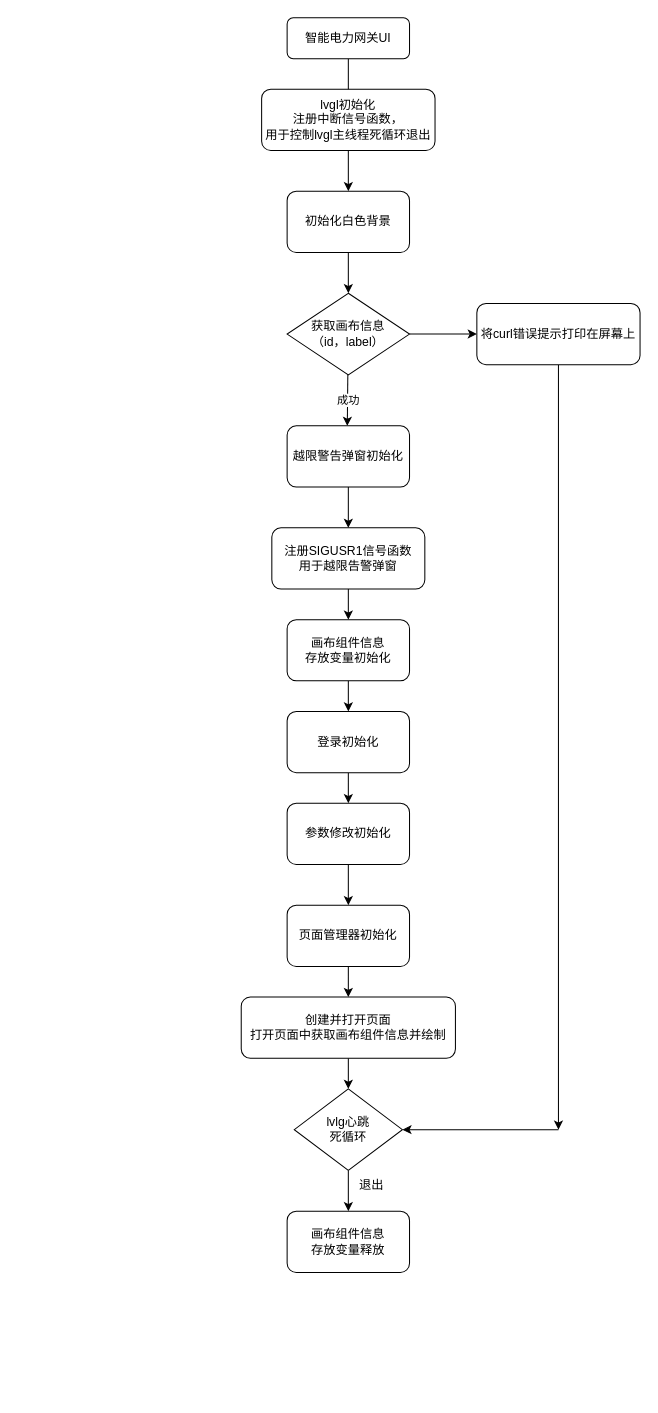
Earlier version of the draw.io diagram 智能电力网关/整体框架.drawio (chen-9824/FlowChart). Source tidied: cells renumbered, new cells numbered last; positions are measured from the earlier drawing's top-left corner, leaving out a move shared by most shapes. Both pictures are drawn from the tidied source at 102%, with x=0, y=0 at pixel (241, 17).
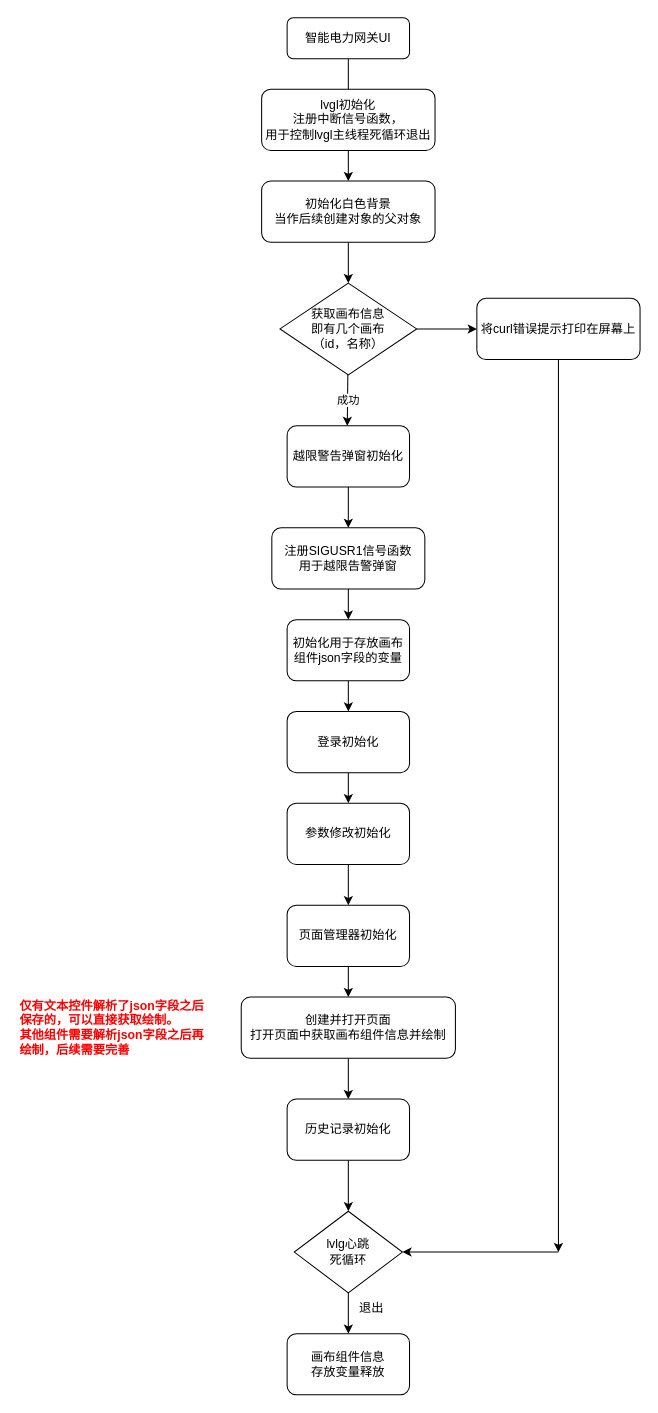
After the change.

Commit message:
更新整体框架.drawio

The change refers to these unchanged cells:
```xml
<mxCell id="25" value="创建并打开页面&lt;br&gt;打开页面中获取画布组件信息并绘制" style="rounded=1;whiteSpace=wrap;html=1;" parent="1" vertex="1">
  <mxGeometry y="960" width="210" height="60" as="geometry" />
</mxCell>
```

Change to the diagram source:
```diff
@@
-    <mxCell id="7" value="初始化白色背景" style="rounded=1;whiteSpace=wrap;html=1;" parent="1" vertex="1">
-      <mxGeometry x="45" y="170" width="120" height="60" as="geometry" />
+    <mxCell id="7" value="初始化白色背景&lt;br&gt;当作后续创建对象的父对象" style="rounded=1;whiteSpace=wrap;html=1;" parent="1" vertex="1">
+      <mxGeometry x="20" y="160" width="170" height="60" as="geometry" />
     </mxCell>
@@
-    <mxCell id="9" value="获取画布信息&lt;br style=&quot;border-color: var(--border-color);&quot;&gt;（id，label）" style="rhombus;whiteSpace=wrap;html=1;" parent="1" vertex="1">
-      <mxGeometry x="45" y="270" width="120" height="80" as="geometry" />
+    <mxCell id="9" value="获取画布信息&lt;br&gt;即有几个画布&lt;br style=&quot;border-color: var(--border-color);&quot;&gt;（id，名称）" style="rhombus;whiteSpace=wrap;html=1;" parent="1" vertex="1">
+      <mxGeometry x="38" y="260" width="134" height="90" as="geometry" />
     </mxCell>
@@
-    <mxCell id="15" value="画布组件信息&lt;br&gt;存放变量初始化" style="rounded=1;whiteSpace=wrap;html=1;" parent="1" vertex="1">
+    <mxCell id="15" value="初始化用于存放画布组件json字段的变量" style="rounded=1;whiteSpace=wrap;html=1;" parent="1" vertex="1">
       <mxGeometry x="45" y="590" width="120" height="60" as="geometry" />
     </mxCell>
@@
-    <mxCell id="24" style="edgeStyle=orthogonalEdgeStyle;rounded=0;jettySize=auto;html=1;" parent="1" edge="1" source="25" target="27">
-      <mxGeometry relative="1" as="geometry" />
-    </mxCell>
+    <mxCell id="33" style="edgeStyle=orthogonalEdgeStyle;rounded=0;jettySize=auto;html=1;" parent="1" edge="1" source="25" target="35">
+      <mxGeometry relative="1" as="geometry" />
+    </mxCell>
@@
     <mxCell id="27" value="lvlg心跳&lt;br&gt;死循环" style="rhombus;whiteSpace=wrap;html=1;" parent="1" vertex="1">
-      <mxGeometry x="52" y="1050" width="106" height="80" as="geometry" />
+      <mxGeometry x="52" y="1170" width="106" height="80" as="geometry" />
     </mxCell>
     <mxCell id="28" value="画布组件信息&lt;br style=&quot;border-color: var(--border-color);&quot;&gt;存放变量释放" style="rounded=1;whiteSpace=wrap;html=1;" parent="1" vertex="1">
-      <mxGeometry x="45" y="1170" width="120" height="60" as="geometry" />
+      <mxGeometry x="45" y="1290" width="120" height="60" as="geometry" />
     </mxCell>
     <mxCell id="29" value="退出" style="text;html=1;strokeColor=none;fillColor=none;align=center;verticalAlign=middle;whiteSpace=wrap;rounded=0;" parent="1" vertex="1">
-      <mxGeometry x="98" y="1130" width="60" height="30" as="geometry" />
+      <mxGeometry x="98" y="1250" width="60" height="30" as="geometry" />
     </mxCell>
     <mxCell id="30" style="edgeStyle=orthogonalEdgeStyle;rounded=0;jettySize=auto;html=1;" parent="1" edge="1" source="31">
       <mxGeometry relative="1" as="geometry">
-        <mxPoint x="311" y="1090" as="targetPoint" />
+        <mxPoint x="311" y="1210" as="targetPoint" />
       </mxGeometry>
     </mxCell>
     <mxCell id="31" value="将curl错误提示打印在屏幕上" style="rounded=1;whiteSpace=wrap;html=1;" parent="1" vertex="1">
-      <mxGeometry x="231" y="280" width="160" height="60" as="geometry" />
+      <mxGeometry x="231" y="275" width="160" height="60" as="geometry" />
     </mxCell>
     <mxCell id="32" style="endArrow=classic;html=1;rounded=0;" parent="1" edge="1">
       <mxGeometry relative="1" as="geometry">
-        <mxPoint x="311" y="1090" as="sourcePoint" />
-        <mxPoint x="158" y="1090" as="targetPoint" />
+        <mxPoint x="311" y="1210" as="sourcePoint" />
+        <mxPoint x="158" y="1210" as="targetPoint" />
       </mxGeometry>
     </mxCell>
+    <mxCell id="34" style="edgeStyle=orthogonalEdgeStyle;rounded=0;jettySize=auto;html=1;" parent="1" edge="1" source="35" target="27">
+      <mxGeometry relative="1" as="geometry" />
+    </mxCell>
+    <mxCell id="35" value="历史记录初始化" style="rounded=1;whiteSpace=wrap;html=1;" parent="1" vertex="1">
+      <mxGeometry x="45" y="1060" width="120" height="60" as="geometry" />
+    </mxCell>
+    <mxCell id="36" value="&lt;b&gt;&lt;font color=&quot;#ff0000&quot;&gt;仅有文本控件解析了json字段之后保存的，可以直接获取绘制。&lt;br&gt;其他组件需要解析json字段之后再绘制，后续需要完善&lt;/font&gt;&lt;/b&gt;" style="text;html=1;strokeColor=none;fillColor=none;align=left;verticalAlign=middle;whiteSpace=wrap;rounded=0;" parent="1" vertex="1">
+      <mxGeometry x="-219" y="952.5" width="190" height="75" as="geometry" />
+    </mxCell>
```
